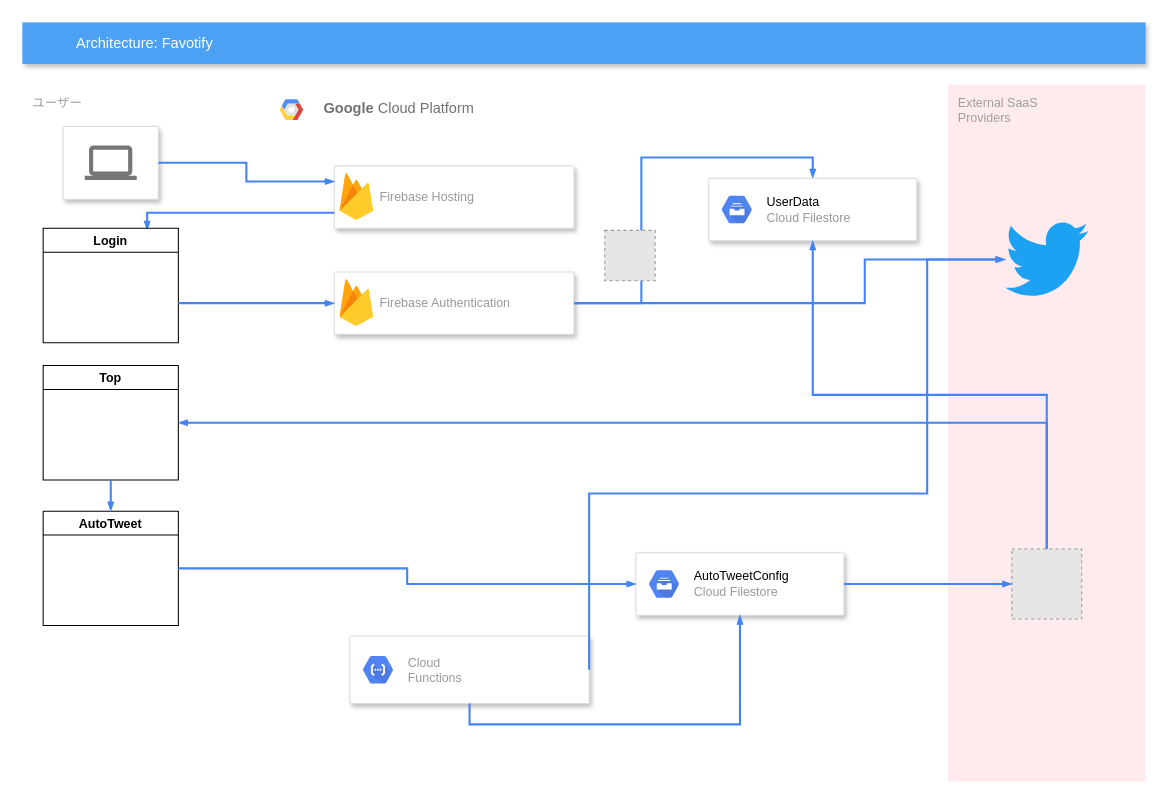
Earlier version of the draw.io diagram page "Page-1" (1 of 3) of docs/archtecture.drawio (tokku5552/favotify). Source tidied: cells renumbered, new cells numbered last; positions are measured from the earlier drawing's top-left corner, leaving out a move shared by most shapes. Both pictures are drawn from the tidied source at 104%, with x=0, y=0 at pixel (22, 22). Pictures stored in the file or linked from it are replaced by grey dashed boxes.
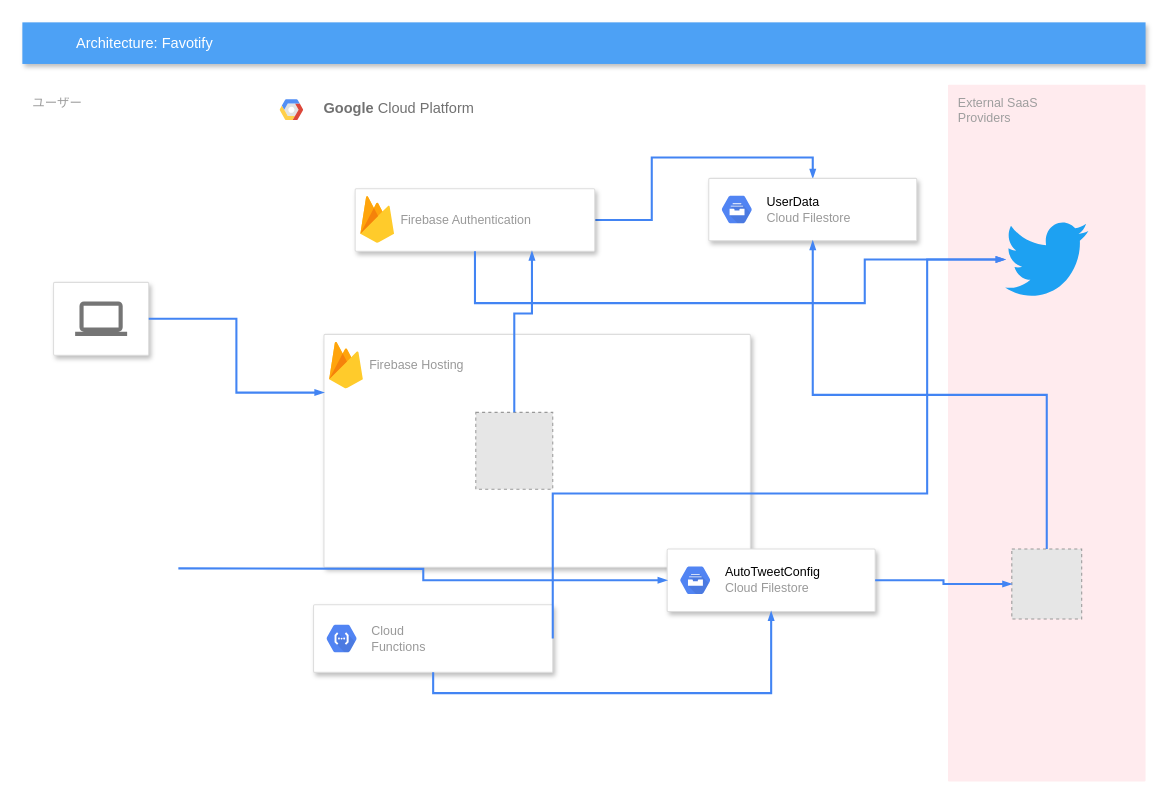
The same diagram, later.

Unchanged cells that the change refers to:
```xml
<mxCell id="3" value="&lt;b&gt;Google&amp;nbsp;&lt;/b&gt;Cloud Platform" style="strokeColor=none;shadow=0;gradientColor=none;fontSize=14;align=left;spacing=10;fontColor=#717171;9E9E9E;verticalAlign=top;spacingTop=-4;fontStyle=0;spacingLeft=40;html=1;fillColor=#FFFFFF;" parent="1" vertex="1">
  <mxGeometry x="240" y="64" width="600" height="660" as="geometry" />
</mxCell>
<mxCell id="24" style="fillColor=#E6E6E6;strokeColor=#999999;dashed=1;verticalLabelPosition=bottom;labelBackgroundColor=#ffffff;verticalAlign=top;" parent="1" vertex="1">
  <mxGeometry x="951.4" y="506.4" width="67.2" height="67.2" as="geometry" />
</mxCell>
<mxCell id="25" style="dashed=0;outlineConnect=0;html=1;align=center;labelPosition=center;verticalLabelPosition=bottom;verticalAlign=top;shape=mxgraph.weblogos.twitter;fillColor=#1DA1F2;strokeColor=none;" parent="1" vertex="1">
  <mxGeometry x="945" y="190" width="80" height="76" as="geometry" />
</mxCell>
```

Change to the diagram source:
```diff
@@
     <mxCell id="4" style="strokeColor=#dddddd;shadow=1;strokeWidth=1;rounded=1;absoluteArcSize=1;arcSize=2;fillColor=#FFFFFF;" parent="3" vertex="1">
-      <mxGeometry x="75" y="526" width="230" height="65" as="geometry" />
+      <mxGeometry x="40" y="496" width="230" height="65" as="geometry" />
     </mxCell>
@@
     <mxCell id="6" style="strokeColor=#dddddd;shadow=1;strokeWidth=1;rounded=1;absoluteArcSize=1;arcSize=2;fillColor=#FFFFFF;" parent="3" vertex="1">
-      <mxGeometry x="60" y="74" width="230.4" height="60" as="geometry" />
+      <mxGeometry x="50" y="236" width="410" height="224" as="geometry" />
     </mxCell>
@@
+    <mxCell id="17" style="fillColor=#E6E6E6;strokeColor=#999999;dashed=1;verticalLabelPosition=bottom;labelBackgroundColor=#ffffff;verticalAlign=top;" parent="6" vertex="1">
+      <mxGeometry x="146" y="75" width="74" height="74" as="geometry" />
+    </mxCell>
@@
     <mxCell id="9" style="strokeColor=#dddddd;shadow=1;strokeWidth=1;rounded=1;absoluteArcSize=1;arcSize=2;fillColor=#FFFFFF;" parent="3" vertex="1">
-      <mxGeometry x="60" y="176" width="230.4" height="60" as="geometry" />
+      <mxGeometry x="80" y="96" width="230.4" height="60" as="geometry" />
     </mxCell>
@@
     <mxCell id="14" style="strokeColor=#dddddd;shadow=1;strokeWidth=1;rounded=1;absoluteArcSize=1;arcSize=2;" parent="3" vertex="1">
-      <mxGeometry x="350" y="446" width="200" height="60" as="geometry" />
+      <mxGeometry x="380" y="442.4" width="200" height="60" as="geometry" />
     </mxCell>
@@
-    <mxCell id="17" style="fillColor=#E6E6E6;strokeColor=#999999;dashed=1;verticalLabelPosition=bottom;labelBackgroundColor=#ffffff;verticalAlign=top;" parent="3" vertex="1">
-      <mxGeometry x="320" y="136" width="48.5" height="48.5" as="geometry" />
-    </mxCell>
+    <mxCell id="31" style="edgeStyle=elbowEdgeStyle;rounded=0;elbow=vertical;html=1;labelBackgroundColor=none;startFill=1;startSize=4;endArrow=blockThin;endFill=1;endSize=4;jettySize=auto;strokeColor=#4284F3;strokeWidth=2;fontSize=12;fontColor=#000000;align=left;dashed=0;exitX=0.5;exitY=0;exitDx=0;exitDy=0;" parent="3" edge="1" source="17">
+      <mxGeometry relative="1" as="geometry">
+        <mxPoint x="250" y="156" as="targetPoint" />
+        <Array as="points">
+          <mxPoint x="20" y="216" />
+        </Array>
+      </mxGeometry>
+    </mxCell>
@@
     <mxCell id="19" style="strokeColor=#dddddd;fillColor=#ffffff;shadow=1;strokeWidth=1;rounded=1;absoluteArcSize=1;arcSize=2;labelPosition=center;verticalLabelPosition=middle;align=center;verticalAlign=bottom;spacingLeft=0;fontColor=#999999;fontSize=12;whiteSpace=wrap;spacingBottom=2;html=1;" parent="1" vertex="1">
-      <mxGeometry x="39.2" y="100" width="91.5" height="70" as="geometry" />
+      <mxGeometry x="30" y="250" width="91.5" height="70" as="geometry" />
     </mxCell>
@@
-    <mxCell id="21" style="edgeStyle=elbowEdgeStyle;rounded=0;elbow=vertical;html=1;labelBackgroundColor=none;startFill=1;startSize=4;endArrow=blockThin;endFill=1;endSize=4;jettySize=auto;strokeColor=#4284F3;strokeWidth=2;fontSize=12;fontColor=#000000;align=left;dashed=0;exitX=0;exitY=0.75;exitDx=0;exitDy=0;" parent="1" edge="1" source="6">
-      <mxGeometry relative="1" as="geometry">
-        <mxPoint x="120" y="200" as="targetPoint" />
-        <Array as="points">
-          <mxPoint x="230" y="183" />
-        </Array>
-      </mxGeometry>
-    </mxCell>
@@
-    <mxCell id="27" style="edgeStyle=orthogonalEdgeStyle;rounded=0;elbow=vertical;html=1;labelBackgroundColor=none;startFill=1;startSize=4;endArrow=blockThin;endFill=1;endSize=4;jettySize=auto;strokeColor=#4284F3;strokeWidth=2;fontSize=12;fontColor=#000000;align=left;dashed=0;startArrow=none;exitX=1;exitY=0.5;exitDx=0;exitDy=0;" parent="1" edge="1" source="9" target="25">
+    <mxCell id="27" style="edgeStyle=orthogonalEdgeStyle;rounded=0;elbow=vertical;html=1;labelBackgroundColor=none;startFill=1;startSize=4;endArrow=blockThin;endFill=1;endSize=4;jettySize=auto;strokeColor=#4284F3;strokeWidth=2;fontSize=12;fontColor=#000000;align=left;dashed=0;startArrow=none;exitX=0.5;exitY=1;exitDx=0;exitDy=0;" parent="1" edge="1" source="9" target="25">
       <mxGeometry relative="1" as="geometry">
         <Array as="points">
+          <mxPoint x="435" y="270" />
           <mxPoint x="810" y="270" />
           <mxPoint x="810" y="228" />
         </Array>
       </mxGeometry>
     </mxCell>
-    <mxCell id="28" value="Login" style="swimlane;" parent="1" vertex="1">
-      <mxGeometry x="20" y="198" width="130" height="110" as="geometry" />
-    </mxCell>
-    <mxCell id="29" value="Top" style="swimlane;" parent="1" vertex="1">
-      <mxGeometry x="20" y="330" width="130" height="110" as="geometry" />
-    </mxCell>
-    <mxCell id="30" value="AutoTweet" style="swimlane;" parent="1" vertex="1">
-      <mxGeometry x="20" y="470" width="130" height="110" as="geometry" />
-    </mxCell>
-    <mxCell id="31" style="edgeStyle=elbowEdgeStyle;rounded=0;elbow=vertical;html=1;labelBackgroundColor=none;startFill=1;startSize=4;endArrow=blockThin;endFill=1;endSize=4;jettySize=auto;strokeColor=#4284F3;strokeWidth=2;fontSize=12;fontColor=#000000;align=left;dashed=0;entryX=0;entryY=0.5;entryDx=0;entryDy=0;" parent="1" edge="1" target="9">
-      <mxGeometry relative="1" as="geometry">
-        <mxPoint x="150" y="270" as="sourcePoint" />
-        <Array as="points">
-          <mxPoint x="230" y="270" />
-        </Array>
-      </mxGeometry>
-    </mxCell>
-    <mxCell id="32" style="edgeStyle=elbowEdgeStyle;rounded=0;elbow=vertical;html=1;labelBackgroundColor=none;startFill=1;startSize=4;endArrow=blockThin;endFill=1;endSize=4;jettySize=auto;strokeColor=#4284F3;strokeWidth=2;fontSize=12;fontColor=#000000;align=left;dashed=0;exitX=0.5;exitY=1;exitDx=0;exitDy=0;" parent="1" edge="1" source="29">
-      <mxGeometry relative="1" as="geometry">
-        <mxPoint x="85" y="470" as="targetPoint" />
-        <Array as="points">
-          <mxPoint x="85" y="460" />
-        </Array>
-      </mxGeometry>
-    </mxCell>
-    <mxCell id="33" style="edgeStyle=orthogonalEdgeStyle;fontSize=12;html=1;endArrow=blockThin;endFill=1;rounded=0;strokeWidth=2;endSize=4;startSize=4;dashed=0;strokeColor=#4284F3;exitX=1;exitY=0.5;exitDx=0;exitDy=0;entryX=0;entryY=0.5;entryDx=0;entryDy=0;" parent="1" edge="1" source="30" target="14">
-      <mxGeometry relative="1" as="geometry" />
+    <mxCell id="33" style="edgeStyle=orthogonalEdgeStyle;fontSize=12;html=1;endArrow=blockThin;endFill=1;rounded=0;strokeWidth=2;endSize=4;startSize=4;dashed=0;strokeColor=#4284F3;exitX=1;exitY=0.5;exitDx=0;exitDy=0;entryX=0;entryY=0.5;entryDx=0;entryDy=0;" parent="1" edge="1" target="14">
+      <mxGeometry relative="1" as="geometry">
+        <mxPoint x="150" y="525" as="sourcePoint" />
+      </mxGeometry>
     </mxCell>
-    <mxCell id="34" style="edgeStyle=orthogonalEdgeStyle;fontSize=12;html=1;endArrow=blockThin;endFill=1;rounded=0;strokeWidth=2;endSize=4;startSize=4;dashed=0;strokeColor=#4284F3;exitX=0.5;exitY=0;exitDx=0;exitDy=0;entryX=1;entryY=0.5;entryDx=0;entryDy=0;" parent="1" edge="1" source="24" target="29">
-      <mxGeometry relative="1" as="geometry">
-        <Array as="points">
-          <mxPoint x="985" y="385" />
-        </Array>
-      </mxGeometry>
-    </mxCell>
```
